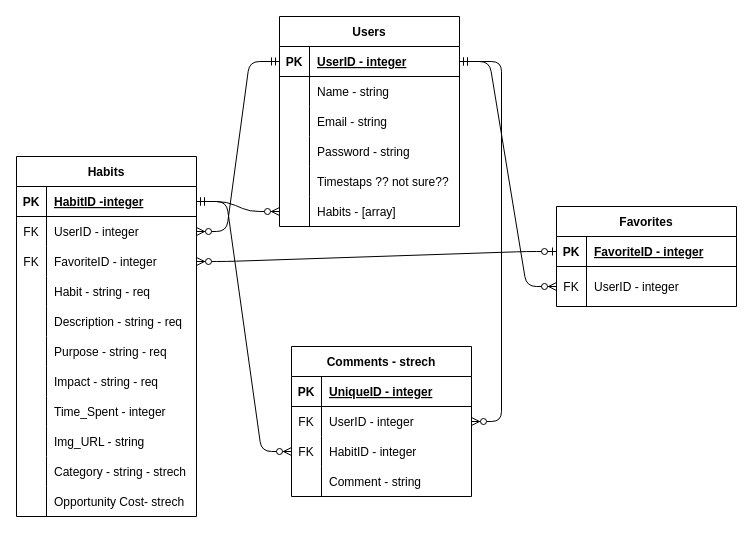
Above: ERD.drawio in emilyjryan/sustainABLE-server (draw.io), before the change. Source tidied: cells renumbered, new cells numbered last; positions are measured from the earlier drawing's top-left corner, leaving out a move shared by most shapes. Both pictures are drawn from the tidied source at 100%, with x=0, y=0 at pixel (16, 16).
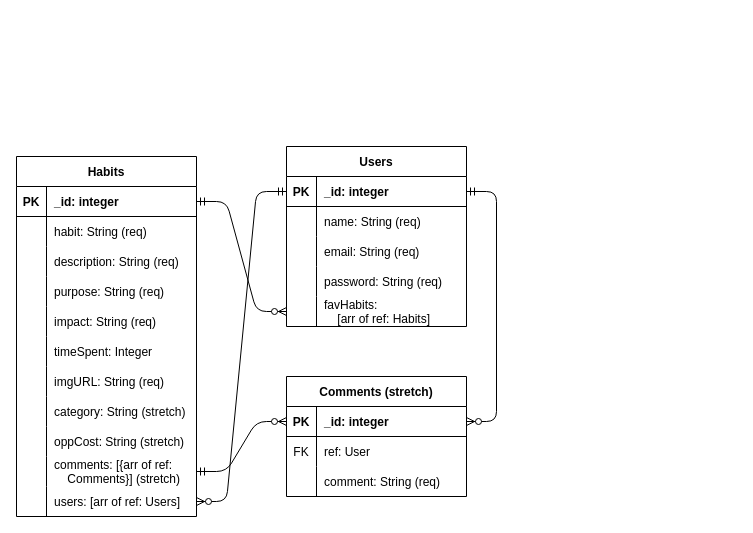
Above is the later version.

The change refers to these unchanged cells:
```xml
<mxCell id="2" value="Habits" style="shape=table;startSize=30;childLayout=tableLayout;rowLines=0;fontStyle=1;align=center;" parent="1" vertex="1">
  <mxGeometry y="140" width="180" height="360" as="geometry" />
</mxCell>
<mxCell id="3" style="shape=tableRow;horizontal=0;startSize=0;swimlaneHead=0;swimlaneBody=0;fillColor=none;points=[[0,0.5],[1,0.5]];portConstraint=eastwest;top=0;left=0;right=0;bottom=1;" parent="2" vertex="1">
  <mxGeometry y="30" width="180" height="30" as="geometry" />
</mxCell>
<mxCell id="44" style="shape=tableRow;horizontal=0;startSize=0;swimlaneHead=0;swimlaneBody=0;fillColor=none;points=[[0,0.5],[1,0.5]];portConstraint=eastwest;top=0;left=0;right=0;bottom=1;" parent="43" vertex="1">
  <mxGeometry y="30" width="180" height="30" as="geometry" />
</mxCell>
<mxCell id="47" style="shape=tableRow;horizontal=0;startSize=0;swimlaneHead=0;swimlaneBody=0;fillColor=none;top=0;left=0;right=0;bottom=0;" parent="43" vertex="1">
  <mxGeometry y="60" width="180" height="30" as="geometry" />
</mxCell>
<mxCell id="50" style="shape=tableRow;horizontal=0;startSize=0;swimlaneHead=0;swimlaneBody=0;fillColor=none;top=0;left=0;right=0;bottom=0;" parent="43" vertex="1">
  <mxGeometry y="90" width="180" height="30" as="geometry" />
</mxCell>
<mxCell id="53" style="shape=tableRow;horizontal=0;startSize=0;swimlaneHead=0;swimlaneBody=0;fillColor=none;top=0;left=0;right=0;bottom=0;" parent="43" vertex="1">
  <mxGeometry y="120" width="180" height="30" as="geometry" />
</mxCell>
<mxCell id="66" style="shape=tableRow;horizontal=0;startSize=0;swimlaneHead=0;swimlaneBody=0;fillColor=none;points=[[0,0.5],[1,0.5]];portConstraint=eastwest;top=0;left=0;right=0;bottom=0;" parent="62" vertex="1">
  <mxGeometry y="60" width="180" height="30" as="geometry" />
</mxCell>
```

Change to the diagram source:
```diff
@@
-    <mxCell id="5" value="HabitID -integer" style="shape=partialRectangle;fillColor=none;top=0;left=0;bottom=0;right=0;align=left;spacingLeft=6;fontStyle=5;overflow=hidden;" parent="3" vertex="1">
+    <mxCell id="5" value="_id: integer" style="shape=partialRectangle;fillColor=none;top=0;left=0;bottom=0;right=0;align=left;spacingLeft=6;fontStyle=1;overflow=hidden;" parent="3" vertex="1">
       <mxGeometry x="30" width="150" height="30" as="geometry" />
     </mxCell>
-    <mxCell id="6" style="shape=tableRow;horizontal=0;startSize=0;swimlaneHead=0;swimlaneBody=0;fillColor=none;points=[[0,0.5],[1,0.5]];portConstraint=eastwest;top=0;left=0;right=0;bottom=0;" parent="2" vertex="1">
-      <mxGeometry y="60" width="180" height="30" as="geometry" />
-    </mxCell>
-    <mxCell id="7" value="FK" style="shape=partialRectangle;fillColor=none;top=0;left=0;bottom=0;right=0;overflow=hidden;" parent="6" vertex="1">
-      <mxGeometry width="30" height="30" as="geometry" />
-    </mxCell>
-    <mxCell id="8" value="UserID - integer" style="shape=partialRectangle;fillColor=none;top=0;left=0;bottom=0;right=0;align=left;spacingLeft=6;overflow=hidden;" parent="6" vertex="1">
-      <mxGeometry x="30" width="150" height="30" as="geometry" />
-    </mxCell>
-    <mxCell id="9" style="shape=tableRow;horizontal=0;startSize=0;swimlaneHead=0;swimlaneBody=0;fillColor=none;points=[[0,0.5],[1,0.5]];portConstraint=eastwest;top=0;left=0;right=0;bottom=0;" parent="2" vertex="1">
-      <mxGeometry y="90" width="180" height="30" as="geometry" />
-    </mxCell>
-    <mxCell id="10" value="FK" style="shape=partialRectangle;fillColor=none;top=0;left=0;bottom=0;right=0;overflow=hidden;" parent="9" vertex="1">
-      <mxGeometry width="30" height="30" as="geometry" />
-    </mxCell>
-    <mxCell id="11" value="FavoriteID - integer" style="shape=partialRectangle;fillColor=none;top=0;left=0;bottom=0;right=0;align=left;spacingLeft=6;overflow=hidden;" parent="9" vertex="1">
-      <mxGeometry x="30" width="150" height="30" as="geometry" />
-    </mxCell>
     <mxCell id="12" style="shape=tableRow;horizontal=0;startSize=0;swimlaneHead=0;swimlaneBody=0;fillColor=none;top=0;left=0;right=0;bottom=0;" parent="2" vertex="1">
-      <mxGeometry y="120" width="180" height="30" as="geometry" />
+      <mxGeometry y="60" width="180" height="30" as="geometry" />
     </mxCell>
@@
-    <mxCell id="14" value="Habit - string - req" style="shape=partialRectangle;fillColor=none;top=0;left=0;bottom=0;right=0;align=left;spacingLeft=6;overflow=hidden;" parent="12" vertex="1">
+    <mxCell id="14" value="habit: String (req)" style="shape=partialRectangle;fillColor=none;top=0;left=0;bottom=0;right=0;align=left;spacingLeft=6;overflow=hidden;" parent="12" vertex="1">
       <mxGeometry x="30" width="150" height="30" as="geometry" />
     </mxCell>
     <mxCell id="15" style="shape=tableRow;horizontal=0;startSize=0;swimlaneHead=0;swimlaneBody=0;fillColor=none;top=0;left=0;right=0;bottom=0;" parent="2" vertex="1">
-      <mxGeometry y="150" width="180" height="30" as="geometry" />
+      <mxGeometry y="90" width="180" height="30" as="geometry" />
     </mxCell>
@@
-    <mxCell id="17" value="Description - string - req" style="shape=partialRectangle;fillColor=none;top=0;left=0;bottom=0;right=0;align=left;spacingLeft=6;overflow=hidden;" parent="15" vertex="1">
+    <mxCell id="17" value="description: String (req)" style="shape=partialRectangle;fillColor=none;top=0;left=0;bottom=0;right=0;align=left;spacingLeft=6;overflow=hidden;" parent="15" vertex="1">
       <mxGeometry x="30" width="150" height="30" as="geometry" />
     </mxCell>
     <mxCell id="18" style="shape=tableRow;horizontal=0;startSize=0;swimlaneHead=0;swimlaneBody=0;fillColor=none;top=0;left=0;right=0;bottom=0;" parent="2" vertex="1">
-      <mxGeometry y="180" width="180" height="30" as="geometry" />
+      <mxGeometry y="120" width="180" height="30" as="geometry" />
     </mxCell>
@@
-    <mxCell id="20" value="Purpose - string - req" style="shape=partialRectangle;fillColor=none;top=0;left=0;bottom=0;right=0;align=left;spacingLeft=6;overflow=hidden;" parent="18" vertex="1">
+    <mxCell id="20" value="purpose: String (req)" style="shape=partialRectangle;fillColor=none;top=0;left=0;bottom=0;right=0;align=left;spacingLeft=6;overflow=hidden;" parent="18" vertex="1">
       <mxGeometry x="30" width="150" height="30" as="geometry" />
     </mxCell>
     <mxCell id="21" style="shape=tableRow;horizontal=0;startSize=0;swimlaneHead=0;swimlaneBody=0;fillColor=none;top=0;left=0;right=0;bottom=0;" parent="2" vertex="1">
-      <mxGeometry y="210" width="180" height="30" as="geometry" />
+      <mxGeometry y="150" width="180" height="30" as="geometry" />
     </mxCell>
@@
-    <mxCell id="23" value="Impact - string - req" style="shape=partialRectangle;fillColor=none;top=0;left=0;bottom=0;right=0;align=left;spacingLeft=6;overflow=hidden;" parent="21" vertex="1">
+    <mxCell id="23" value="impact: String (req)" style="shape=partialRectangle;fillColor=none;top=0;left=0;bottom=0;right=0;align=left;spacingLeft=6;overflow=hidden;" parent="21" vertex="1">
       <mxGeometry x="30" width="150" height="30" as="geometry" />
     </mxCell>
     <mxCell id="24" style="shape=tableRow;horizontal=0;startSize=0;swimlaneHead=0;swimlaneBody=0;fillColor=none;top=0;left=0;right=0;bottom=0;" parent="2" vertex="1">
-      <mxGeometry y="240" width="180" height="30" as="geometry" />
+      <mxGeometry y="180" width="180" height="30" as="geometry" />
     </mxCell>
@@
-    <mxCell id="26" value="Time_Spent - integer" style="shape=partialRectangle;fillColor=none;top=0;left=0;bottom=0;right=0;align=left;spacingLeft=6;overflow=hidden;" parent="24" vertex="1">
+    <mxCell id="26" value="timeSpent: Integer" style="shape=partialRectangle;fillColor=none;top=0;left=0;bottom=0;right=0;align=left;spacingLeft=6;overflow=hidden;" parent="24" vertex="1">
       <mxGeometry x="30" width="150" height="30" as="geometry" />
     </mxCell>
-    <mxCell id="27" style="shape=tableRow;horizontal=0;startSize=0;swimlaneHead=0;swimlaneBody=0;fillColor=none;points=[[0,0.5],[1,0.5]];portConstraint=eastwest;top=0;left=0;right=0;bottom=0;" parent="2" vertex="1">
-      <mxGeometry y="270" width="180" height="30" as="geometry" />
-    </mxCell>
-    <mxCell id="28" style="shape=partialRectangle;fillColor=none;top=0;left=0;bottom=0;right=0;overflow=hidden;" parent="27" vertex="1">
-      <mxGeometry width="30" height="30" as="geometry" />
-    </mxCell>
-    <mxCell id="29" value="Img_URL - string" style="shape=partialRectangle;fillColor=none;top=0;left=0;bottom=0;right=0;align=left;spacingLeft=6;overflow=hidden;" parent="27" vertex="1">
-      <mxGeometry x="30" width="150" height="30" as="geometry" />
-    </mxCell>
+    <mxCell id="81" style="shape=tableRow;horizontal=0;startSize=0;swimlaneHead=0;swimlaneBody=0;fillColor=none;top=0;left=0;right=0;bottom=0;" parent="2" vertex="1">
+      <mxGeometry y="210" width="180" height="30" as="geometry" />
+    </mxCell>
+    <mxCell id="57" style="shape=partialRectangle;fillColor=none;top=0;left=0;bottom=0;right=0;overflow=hidden;" parent="81" vertex="1">
+      <mxGeometry width="30" height="30" as="geometry" />
+    </mxCell>
+    <mxCell id="82" value="imgURL: String (req)" style="shape=partialRectangle;fillColor=none;top=0;left=0;bottom=0;right=0;align=left;spacingLeft=6;overflow=hidden;" parent="81" vertex="1">
+      <mxGeometry x="30" width="150" height="30" as="geometry" />
+    </mxCell>
     <mxCell id="30" style="shape=tableRow;horizontal=0;startSize=0;swimlaneHead=0;swimlaneBody=0;fillColor=none;top=0;left=0;right=0;bottom=0;" parent="2" vertex="1">
-      <mxGeometry y="300" width="180" height="30" as="geometry" />
+      <mxGeometry y="240" width="180" height="30" as="geometry" />
     </mxCell>
@@
-    <mxCell id="32" value="Category - string - strech" style="shape=partialRectangle;fillColor=none;top=0;left=0;bottom=0;right=0;align=left;spacingLeft=6;overflow=hidden;" parent="30" vertex="1">
+    <mxCell id="32" value="category: String (stretch)" style="shape=partialRectangle;fillColor=none;top=0;left=0;bottom=0;right=0;align=left;spacingLeft=6;overflow=hidden;" parent="30" vertex="1">
       <mxGeometry x="30" width="150" height="30" as="geometry" />
     </mxCell>
     <mxCell id="33" style="shape=tableRow;horizontal=0;startSize=0;swimlaneHead=0;swimlaneBody=0;fillColor=none;top=0;left=0;right=0;bottom=0;" parent="2" vertex="1">
-      <mxGeometry y="330" width="180" height="30" as="geometry" />
+      <mxGeometry y="270" width="180" height="30" as="geometry" />
     </mxCell>
@@
-    <mxCell id="35" value="Opportunity Cost- strech" style="shape=partialRectangle;fillColor=none;top=0;left=0;bottom=0;right=0;align=left;spacingLeft=6;overflow=hidden;" parent="33" vertex="1">
+    <mxCell id="35" value="oppCost: String (stretch)" style="shape=partialRectangle;fillColor=none;top=0;left=0;bottom=0;right=0;align=left;spacingLeft=6;overflow=hidden;" parent="33" vertex="1">
       <mxGeometry x="30" width="150" height="30" as="geometry" />
     </mxCell>
-    <mxCell id="36" value="Favorites" style="shape=table;startSize=30;childLayout=tableLayout;rowLines=0;fontStyle=1;align=center;" parent="1" vertex="1">
-      <mxGeometry x="540" y="190" width="180" height="100" as="geometry" />
-    </mxCell>
-    <mxCell id="37" style="shape=tableRow;horizontal=0;startSize=0;swimlaneHead=0;swimlaneBody=0;fillColor=none;points=[[0,0.5],[1,0.5]];portConstraint=eastwest;top=0;left=0;right=0;bottom=1;" parent="36" vertex="1">
-      <mxGeometry y="30" width="180" height="30" as="geometry" />
-    </mxCell>
-    <mxCell id="38" value="PK" style="shape=partialRectangle;fillColor=none;top=0;left=0;bottom=0;right=0;fontStyle=1;overflow=hidden;" parent="37" vertex="1">
-      <mxGeometry width="30" height="30" as="geometry" />
-    </mxCell>
-    <mxCell id="39" value="FavoriteID - integer" style="shape=partialRectangle;fillColor=none;top=0;left=0;bottom=0;right=0;align=left;spacingLeft=6;fontStyle=5;overflow=hidden;" parent="37" vertex="1">
-      <mxGeometry x="30" width="150" height="30" as="geometry" />
-    </mxCell>
-    <mxCell id="40" style="shape=tableRow;horizontal=0;startSize=0;swimlaneHead=0;swimlaneBody=0;fillColor=none;points=[[0,0.5],[1,0.5]];portConstraint=eastwest;top=0;left=0;right=0;bottom=0;" parent="36" vertex="1">
-      <mxGeometry y="60" width="180" height="40" as="geometry" />
-    </mxCell>
-    <mxCell id="41" value="FK" style="shape=partialRectangle;fillColor=none;top=0;left=0;bottom=0;right=0;overflow=hidden;" parent="40" vertex="1">
-      <mxGeometry width="30" height="40" as="geometry" />
-    </mxCell>
-    <mxCell id="42" value="UserID - integer" style="shape=partialRectangle;fillColor=none;top=0;left=0;bottom=0;right=0;align=left;spacingLeft=6;overflow=hidden;" parent="40" vertex="1">
-      <mxGeometry x="30" width="150" height="40" as="geometry" />
-    </mxCell>
+    <mxCell id="27" style="shape=tableRow;horizontal=0;startSize=0;swimlaneHead=0;swimlaneBody=0;fillColor=none;points=[[0,0.5],[1,0.5]];portConstraint=eastwest;top=0;left=0;right=0;bottom=0;" parent="2" vertex="1">
+      <mxGeometry y="300" width="180" height="30" as="geometry" />
+    </mxCell>
+    <mxCell id="28" style="shape=partialRectangle;fillColor=none;top=0;left=0;bottom=0;right=0;overflow=hidden;" parent="27" vertex="1">
+      <mxGeometry width="30" height="30" as="geometry" />
+    </mxCell>
+    <mxCell id="29" value="comments: [{arr of ref: &#10;    Comments}] (stretch)" style="shape=partialRectangle;fillColor=none;top=0;left=0;bottom=0;right=0;align=left;spacingLeft=6;overflow=hidden;" parent="27" vertex="1">
+      <mxGeometry x="30" width="150" height="30" as="geometry" />
+    </mxCell>
+    <mxCell id="6" style="shape=tableRow;horizontal=0;startSize=0;swimlaneHead=0;swimlaneBody=0;fillColor=none;points=[[0,0.5],[1,0.5]];portConstraint=eastwest;top=0;left=0;right=0;bottom=0;" parent="2" vertex="1">
+      <mxGeometry y="330" width="180" height="30" as="geometry" />
+    </mxCell>
+    <mxCell id="7" style="shape=partialRectangle;fillColor=none;top=0;left=0;bottom=0;right=0;overflow=hidden;" parent="6" vertex="1">
+      <mxGeometry width="30" height="30" as="geometry" />
+    </mxCell>
+    <mxCell id="8" value="users: [arr of ref: Users]" style="shape=partialRectangle;fillColor=none;top=0;left=0;bottom=0;right=0;align=left;spacingLeft=6;overflow=hidden;" parent="6" vertex="1">
+      <mxGeometry x="30" width="150" height="30" as="geometry" />
+    </mxCell>
     <mxCell id="43" value="Users" style="shape=table;startSize=30;childLayout=tableLayout;rowLines=0;fontStyle=1;align=center;" parent="1" vertex="1">
-      <mxGeometry x="263" width="180" height="210" as="geometry" />
+      <mxGeometry x="270" y="130" width="180" height="180" as="geometry" />
     </mxCell>
@@
-    <mxCell id="46" value="UserID - integer" style="shape=partialRectangle;fillColor=none;top=0;left=0;bottom=0;right=0;align=left;spacingLeft=6;fontStyle=5;overflow=hidden;" parent="44" vertex="1">
+    <mxCell id="46" value="_id: integer" style="shape=partialRectangle;fillColor=none;top=0;left=0;bottom=0;right=0;align=left;spacingLeft=6;fontStyle=1;overflow=hidden;" parent="44" vertex="1">
       <mxGeometry x="30" width="150" height="30" as="geometry" />
     </mxCell>
@@
-    <mxCell id="49" value="Name - string" style="shape=partialRectangle;fillColor=none;top=0;left=0;bottom=0;right=0;align=left;spacingLeft=6;overflow=hidden;" parent="47" vertex="1">
+    <mxCell id="49" value="name: String (req)" style="shape=partialRectangle;fillColor=none;top=0;left=0;bottom=0;right=0;align=left;spacingLeft=6;overflow=hidden;" parent="47" vertex="1">
       <mxGeometry x="30" width="150" height="30" as="geometry" />
     </mxCell>
@@
-    <mxCell id="52" value="Email - string" style="shape=partialRectangle;fillColor=none;top=0;left=0;bottom=0;right=0;align=left;spacingLeft=6;overflow=hidden;" parent="50" vertex="1">
+    <mxCell id="52" value="email: String (req)" style="shape=partialRectangle;fillColor=none;top=0;left=0;bottom=0;right=0;align=left;spacingLeft=6;overflow=hidden;" parent="50" vertex="1">
       <mxGeometry x="30" width="150" height="30" as="geometry" />
     </mxCell>
@@
-    <mxCell id="55" value="Password - string" style="shape=partialRectangle;fillColor=none;top=0;left=0;bottom=0;right=0;align=left;spacingLeft=6;overflow=hidden;" parent="53" vertex="1">
+    <mxCell id="55" value="password: String (req)" style="shape=partialRectangle;fillColor=none;top=0;left=0;bottom=0;right=0;align=left;spacingLeft=6;overflow=hidden;" parent="53" vertex="1">
       <mxGeometry x="30" width="150" height="30" as="geometry" />
     </mxCell>
-    <mxCell id="56" style="shape=tableRow;horizontal=0;startSize=0;swimlaneHead=0;swimlaneBody=0;fillColor=none;top=0;left=0;right=0;bottom=0;" parent="43" vertex="1">
-      <mxGeometry y="150" width="180" height="30" as="geometry" />
-    </mxCell>
-    <mxCell id="57" style="shape=partialRectangle;fillColor=none;top=0;left=0;bottom=0;right=0;overflow=hidden;" parent="56" vertex="1">
-      <mxGeometry width="30" height="30" as="geometry" />
-    </mxCell>
-    <mxCell id="58" value="Timestaps ?? not sure??" style="shape=partialRectangle;fillColor=none;top=0;left=0;bottom=0;right=0;align=left;spacingLeft=6;overflow=hidden;" parent="56" vertex="1">
-      <mxGeometry x="30" width="150" height="30" as="geometry" />
-    </mxCell>
     <mxCell id="59" style="shape=tableRow;horizontal=0;startSize=0;swimlaneHead=0;swimlaneBody=0;fillColor=none;points=[[0,0.5],[1,0.5]];portConstraint=eastwest;top=0;left=0;right=0;bottom=0;" parent="43" vertex="1">
-      <mxGeometry y="180" width="180" height="30" as="geometry" />
+      <mxGeometry y="150" width="180" height="30" as="geometry" />
     </mxCell>
@@
-    <mxCell id="61" value="Habits - [array]" style="shape=partialRectangle;fillColor=none;top=0;left=0;bottom=0;right=0;align=left;spacingLeft=6;overflow=hidden;" parent="59" vertex="1">
+    <mxCell id="61" value="favHabits:&#10;    [arr of ref: Habits]" style="shape=partialRectangle;fillColor=none;top=0;left=0;bottom=0;right=0;align=left;spacingLeft=6;overflow=hidden;" parent="59" vertex="1">
       <mxGeometry x="30" width="150" height="30" as="geometry" />
     </mxCell>
-    <mxCell id="62" value="Comments - strech" style="shape=table;startSize=30;childLayout=tableLayout;rowLines=0;fontStyle=1;align=center;" parent="1" vertex="1">
-      <mxGeometry x="275" y="330" width="180" height="150" as="geometry" />
+    <mxCell id="62" value="Comments (stretch)" style="shape=table;startSize=30;childLayout=tableLayout;rowLines=0;fontStyle=1;align=center;" parent="1" vertex="1">
+      <mxGeometry x="270" y="360" width="180" height="120" as="geometry" />
     </mxCell>
-    <mxCell id="63" style="shape=tableRow;horizontal=0;startSize=0;swimlaneHead=0;swimlaneBody=0;fillColor=none;points=[[0,0.5],[1,0.5]];portConstraint=eastwest;top=0;left=0;right=0;bottom=1;" parent="62" vertex="1">
+    <mxCell id="63" style="shape=tableRow;horizontal=0;startSize=0;swimlaneHead=0;swimlaneBody=0;fillColor=none;points=[[0,0.5],[1,0.5]];portConstraint=eastwest;top=0;left=0;right=0;bottom=1;fontStyle=4;" parent="62" vertex="1">
       <mxGeometry y="30" width="180" height="30" as="geometry" />
     </mxCell>
@@
-    <mxCell id="65" value="UniqueID - integer" style="shape=partialRectangle;fillColor=none;top=0;left=0;bottom=0;right=0;align=left;spacingLeft=6;fontStyle=5;overflow=hidden;" parent="63" vertex="1">
+    <mxCell id="65" value="_id: integer" style="shape=partialRectangle;fillColor=none;top=0;left=0;bottom=0;right=0;align=left;spacingLeft=6;fontStyle=1;overflow=hidden;" parent="63" vertex="1">
       <mxGeometry x="30" width="150" height="30" as="geometry" />
     </mxCell>
@@
-    <mxCell id="68" value="UserID - integer" style="shape=partialRectangle;fillColor=none;top=0;left=0;bottom=0;right=0;align=left;spacingLeft=6;overflow=hidden;" parent="66" vertex="1">
+    <mxCell id="68" value="ref: User" style="shape=partialRectangle;fillColor=none;top=0;left=0;bottom=0;right=0;align=left;spacingLeft=6;overflow=hidden;" parent="66" vertex="1">
       <mxGeometry x="30" width="150" height="30" as="geometry" />
     </mxCell>
-    <mxCell id="69" style="shape=tableRow;horizontal=0;startSize=0;swimlaneHead=0;swimlaneBody=0;fillColor=none;points=[[0,0.5],[1,0.5]];portConstraint=eastwest;top=0;left=0;right=0;bottom=0;" parent="62" vertex="1">
-      <mxGeometry y="90" width="180" height="30" as="geometry" />
-    </mxCell>
-    <mxCell id="70" value="FK" style="shape=partialRectangle;fillColor=none;top=0;left=0;bottom=0;right=0;overflow=hidden;" parent="69" vertex="1">
-      <mxGeometry width="30" height="30" as="geometry" />
-    </mxCell>
-    <mxCell id="71" value="HabitID - integer" style="shape=partialRectangle;fillColor=none;top=0;left=0;bottom=0;right=0;align=left;spacingLeft=6;overflow=hidden;" parent="69" vertex="1">
-      <mxGeometry x="30" width="150" height="30" as="geometry" />
-    </mxCell>
     <mxCell id="72" style="shape=tableRow;horizontal=0;startSize=0;swimlaneHead=0;swimlaneBody=0;fillColor=none;top=0;left=0;right=0;bottom=0;" parent="62" vertex="1">
-      <mxGeometry y="120" width="180" height="30" as="geometry" />
+      <mxGeometry y="90" width="180" height="30" as="geometry" />
     </mxCell>
@@
-    <mxCell id="74" value="Comment - string" style="shape=partialRectangle;fillColor=none;top=0;left=0;bottom=0;right=0;align=left;spacingLeft=6;overflow=hidden;" parent="72" vertex="1">
+    <mxCell id="74" value="comment: String (req)" style="shape=partialRectangle;fillColor=none;top=0;left=0;bottom=0;right=0;align=left;spacingLeft=6;overflow=hidden;" parent="72" vertex="1">
       <mxGeometry x="30" width="150" height="30" as="geometry" />
     </mxCell>
@@
-    <mxCell id="76" style="edgeStyle=entityRelationEdgeStyle;fontSize=12;html=1;endArrow=ERzeroToMany;startArrow=ERmandOne;exitX=1;exitY=0.5;exitDx=0;exitDy=0;entryX=0;entryY=0.5;entryDx=0;entryDy=0;" parent="1" edge="1" source="44" target="40">
-      <mxGeometry relative="1" as="geometry" />
-    </mxCell>
-    <mxCell id="77" style="edgeStyle=entityRelationEdgeStyle;fontSize=12;html=1;endArrow=ERzeroToMany;startArrow=ERzeroToOne;entryX=1;entryY=0.5;entryDx=0;entryDy=0;exitX=0;exitY=0.5;exitDx=0;exitDy=0;" parent="1" edge="1" source="37" target="9">
-      <mxGeometry relative="1" as="geometry" />
-    </mxCell>
-    <mxCell id="78" style="edgeStyle=entityRelationEdgeStyle;fontSize=12;html=1;endArrow=ERzeroToMany;startArrow=ERmandOne;exitX=1;exitY=0.5;exitDx=0;exitDy=0;" parent="1" edge="1" source="44" target="66">
-      <mxGeometry relative="1" as="geometry" />
-    </mxCell>
-    <mxCell id="79" style="edgeStyle=entityRelationEdgeStyle;fontSize=12;html=1;endArrow=ERzeroToMany;startArrow=ERmandOne;entryX=0;entryY=0.5;entryDx=0;entryDy=0;exitX=1;exitY=0.5;exitDx=0;exitDy=0;" parent="1" edge="1" source="3" target="69">
+    <mxCell id="79" style="edgeStyle=entityRelationEdgeStyle;fontSize=12;html=1;endArrow=ERzeroToMany;startArrow=ERmandOne;entryX=0;entryY=0.5;entryDx=0;entryDy=0;exitX=1;exitY=0.5;exitDx=0;exitDy=0;" parent="1" edge="1" source="27" target="63">
       <mxGeometry relative="1" as="geometry" />
     </mxCell>
@@
+    <mxCell id="83" style="edgeStyle=entityRelationEdgeStyle;fontSize=12;html=1;endArrow=ERzeroToMany;startArrow=ERmandOne;exitX=1;exitY=0.5;exitDx=0;exitDy=0;entryX=1;entryY=0.5;entryDx=0;entryDy=0;" parent="1" edge="1" source="44" target="63">
+      <mxGeometry relative="1" as="geometry" />
+    </mxCell>
```
